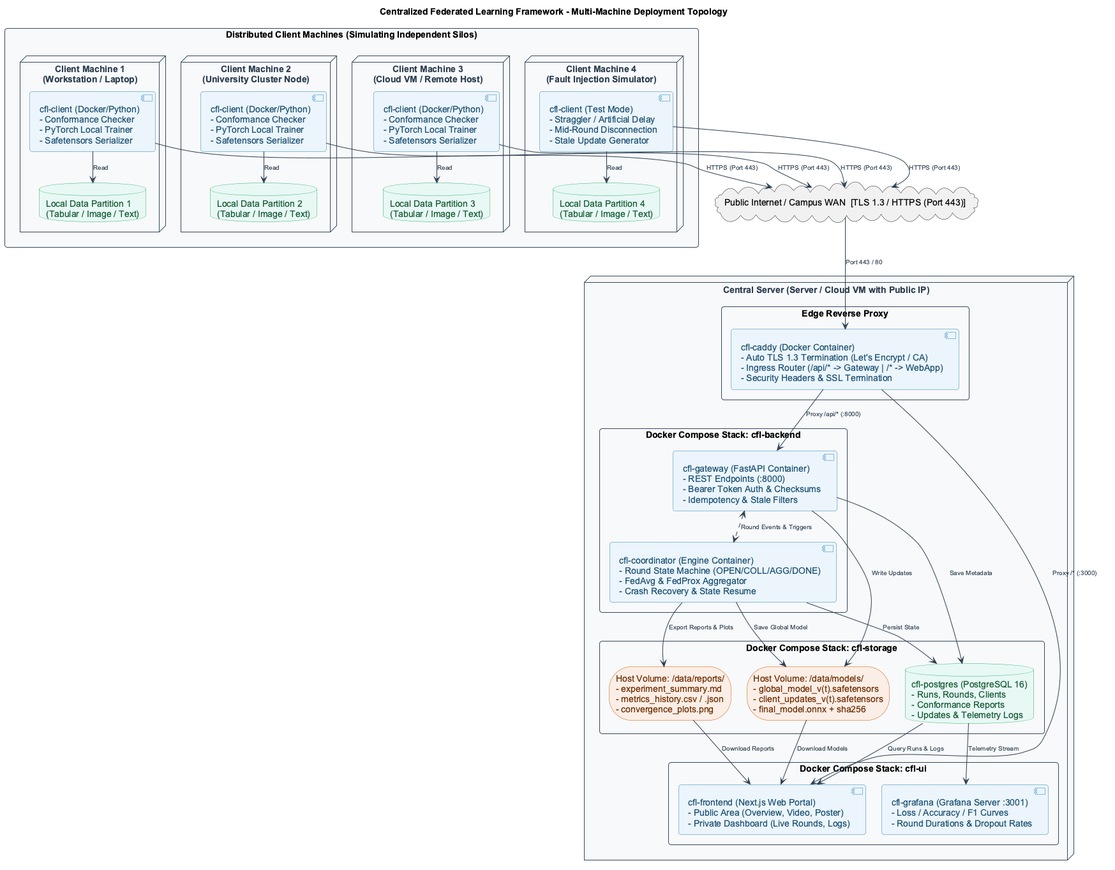
boratokerku/COMP491-Centralized-Federated-Learning-Framework keeps this PlantUML diagram as diagrams/deployment/Deployment_Diagram.png. Above is the earlier version.
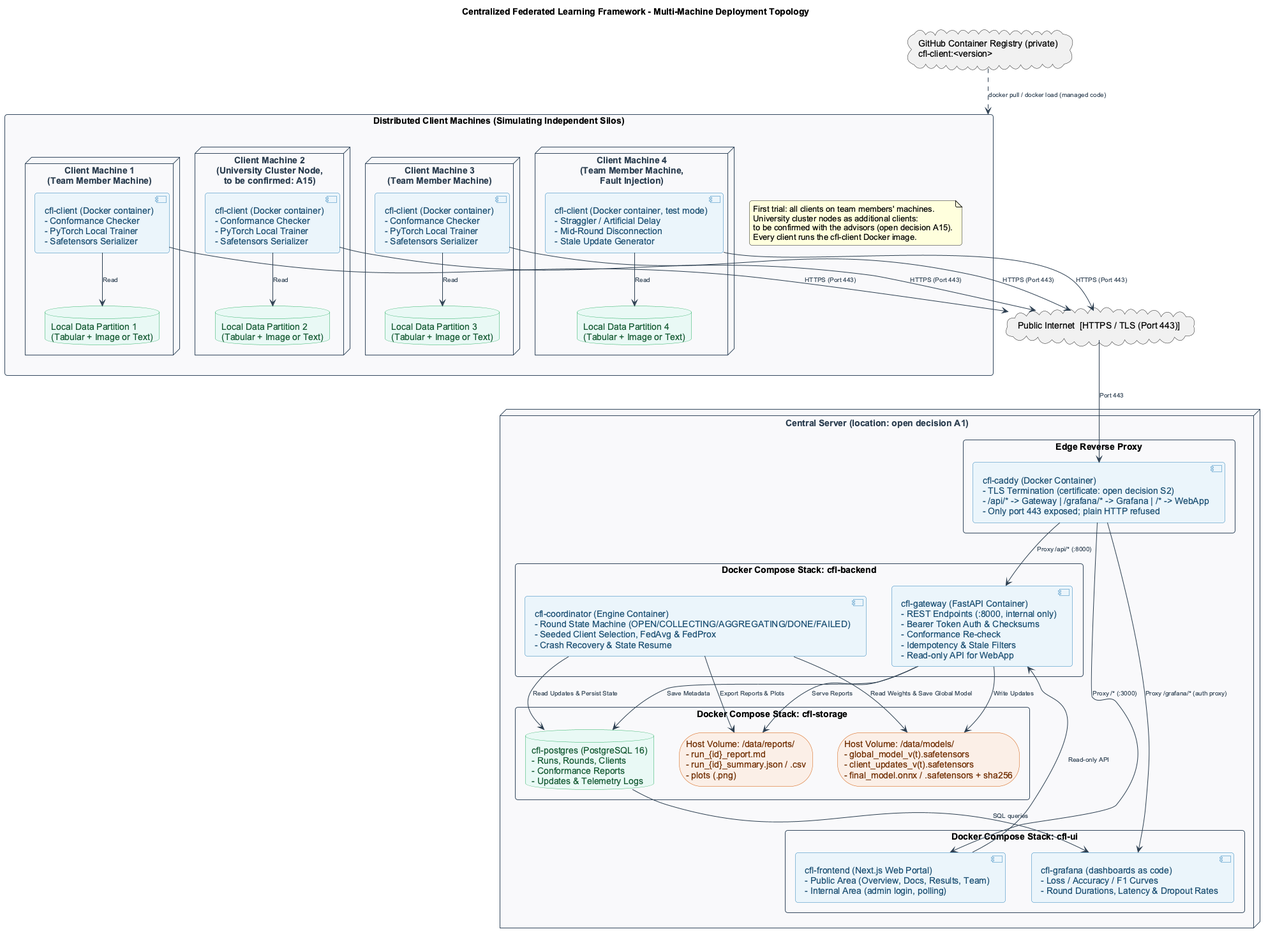
The same file after the commit.

Change to the diagram source:
```diff
@@ -5,8 +5,8 @@
 skinparam shadowing false
 skinparam packageStyle rectangle
 
-skinparam nodesep 25
-skinparam ranksep 35
+skinparam nodesep 40
+skinparam ranksep 70
 
 skinparam node {
     BorderColor #2C3E50
@@ -50,81 +50,91 @@
 
 package "Distributed Client Machines (Simulating Independent Silos)" as ClientsPkg {
 
-    node "Client Machine 1\n(Workstation / Laptop)" as Node1 {
-        [cfl-client (Docker/Python)\n- Conformance Checker\n- PyTorch Local Trainer\n- Safetensors Serializer] as Agent1
-        database "Local Data Partition 1\n(Tabular / Image / Text)" as Data1
+    note as ClientPlan
+      First trial: all clients on team members' machines.
+      University cluster nodes as additional clients:
+      to be confirmed with the advisors (open decision A15).
+      Every client runs the cfl-client Docker image.
+    end note
+
+
+    node "Client Machine 1\n(Team Member Machine)" as Node1 {
+        [cfl-client (Docker container)\n- Conformance Checker\n- PyTorch Local Trainer\n- Safetensors Serializer] as Agent1
+        database "Local Data Partition 1\n(Tabular + Image or Text)" as Data1
         Agent1 -down-> Data1 : Read
     }
 
-    node "Client Machine 2\n(University Cluster Node)" as Node2 {
-        [cfl-client (Docker/Python)\n- Conformance Checker\n- PyTorch Local Trainer\n- Safetensors Serializer] as Agent2
-        database "Local Data Partition 2\n(Tabular / Image / Text)" as Data2
+    node "Client Machine 2\n(University Cluster Node,\nto be confirmed: A15)" as Node2 {
+        [cfl-client (Docker container)\n- Conformance Checker\n- PyTorch Local Trainer\n- Safetensors Serializer] as Agent2
+        database "Local Data Partition 2\n(Tabular + Image or Text)" as Data2
         Agent2 -down-> Data2 : Read
     }
 
-    node "Client Machine 3\n(Cloud VM / Remote Host)" as Node3 {
-        [cfl-client (Docker/Python)\n- Conformance Checker\n- PyTorch Local Trainer\n- Safetensors Serializer] as Agent3
-        database "Local Data Partition 3\n(Tabular / Image / Text)" as Data3
+    node "Client Machine 3\n(Team Member Machine)" as Node3 {
+        [cfl-client (Docker container)\n- Conformance Checker\n- PyTorch Local Trainer\n- Safetensors Serializer] as Agent3
+        database "Local Data Partition 3\n(Tabular + Image or Text)" as Data3
         Agent3 -down-> Data3 : Read
     }
 
-    node "Client Machine 4\n(Fault Injection Simulator)" as Node4 {
-        [cfl-client (Test Mode)\n- Straggler / Artificial Delay\n- Mid-Round Disconnection\n- Stale Update Generator] as Agent4
-        database "Local Data Partition 4\n(Tabular / Image / Text)" as Data4
+    node "Client Machine 4\n(Team Member Machine,\nFault Injection)" as Node4 {
+        [cfl-client (Docker container, test mode)\n- Straggler / Artificial Delay\n- Mid-Round Disconnection\n- Stale Update Generator] as Agent4
+        database "Local Data Partition 4\n(Tabular + Image or Text)" as Data4
         Agent4 -down-> Data4 : Read
     }
 }
 
-cloud "Public Internet / Campus WAN  [TLS 1.3 / HTTPS (Port 443)]" as WAN
+cloud "Public Internet  [HTTPS / TLS (Port 443)]" as WAN
+
+cloud "GitHub Container Registry (private)\ncfl-client:<version>" as Registry
 
 Agent1 -down-> WAN : HTTPS (Port 443)
 Agent2 -down-> WAN : HTTPS (Port 443)
 Agent3 -down-> WAN : HTTPS (Port 443)
 Agent4 -down-> WAN : HTTPS (Port 443)
+Registry ..> ClientsPkg : docker pull / docker load (managed code)
 
-node "Central Server (Server / Cloud VM with Public IP)" as ServerHost {
+node "Central Server (location: open decision A1)" as ServerHost {
 
     package "Edge Reverse Proxy" as IngressPkg {
-        [cfl-caddy (Docker Container)\n- Auto TLS 1.3 Termination (Let's Encrypt / CA)\n- Ingress Router (/api/* -> Gateway | /* -> WebApp)\n- Security Headers & SSL Termination] as Caddy
+        [cfl-caddy (Docker Container)\n- TLS Termination (certificate: open decision S2)\n- /api/* -> Gateway | /grafana/* -> Grafana | /* -> WebApp\n- Only port 443 exposed; plain HTTP refused] as Caddy
     }
 
-    WAN -down-> Caddy : Port 443 / 80
+    WAN -down-> Caddy : Port 443
 
     package "Docker Compose Stack: cfl-backend" as BackendStack {
-        [cfl-gateway (FastAPI Container)\n- REST Endpoints (:8000)\n- Bearer Token Auth & Checksums\n- Idempotency & Stale Filters] as Gateway
+        [cfl-gateway (FastAPI Container)\n- REST Endpoints (:8000, internal only)\n- Bearer Token Auth & Checksums\n- Conformance Re-check\n- Idempotency & Stale Filters\n- Read-only API for WebApp] as Gateway
 
-        [cfl-coordinator (Engine Container)\n- Round State Machine (OPEN/COLL/AGG/DONE)\n- FedAvg & FedProx Aggregator\n- Crash Recovery & State Resume] as Coordinator
+        [cfl-coordinator (Engine Container)\n- Round State Machine (OPEN/COLLECTING/AGGREGATING/DONE/FAILED)\n- Seeded Client Selection, FedAvg & FedProx\n- Crash Recovery & State Resume] as Coordinator
 
-        Gateway <..> Coordinator : Round Events & Triggers
     }
 
     Caddy -down-> Gateway : Proxy /api/* (:8000)
 
     package "Docker Compose Stack: cfl-storage" as StorageStack {
-        storage "Host Volume: /data/models/\n- global_model_v(t).safetensors\n- client_updates_v(t).safetensors\n- final_model.onnx + sha256" as VolModels
+        storage "Host Volume: /data/models/\n- global_model_v(t).safetensors\n- client_updates_v(t).safetensors\n- final_model.onnx / .safetensors + sha256" as VolModels
 
         database "cfl-postgres (PostgreSQL 16)\n- Runs, Rounds, Clients\n- Conformance Reports\n- Updates & Telemetry Logs" as Postgres
 
-        storage "Host Volume: /data/reports/\n- experiment_summary.md\n- metrics_history.csv / .json\n- convergence_plots.png" as VolReports
+        storage "Host Volume: /data/reports/\n- run_{id}_report.md\n- run_{id}_summary.json / .csv\n- plots (.png)" as VolReports
     }
 
     Gateway -down-> VolModels : Write Updates
     Gateway -down-> Postgres : Save Metadata
-    Coordinator -down-> Postgres : Persist State
-    Coordinator -down-> VolModels : Save Global Model
+    Coordinator -down-> Postgres : Read Updates & Persist State
+    Coordinator -down-> VolModels : Read Weights & Save Global Model
     Coordinator -down-> VolReports : Export Reports & Plots
 
     package "Docker Compose Stack: cfl-ui" as UIStack {
-        [cfl-frontend (Next.js Web Portal)\n- Public Area (Overview, Video, Poster)\n- Private Dashboard (Live Rounds, Logs)] as WebApp
+        [cfl-frontend (Next.js Web Portal)\n- Public Area (Overview, Docs, Results, Team)\n- Internal Area (admin login, polling)] as WebApp
 
-        [cfl-grafana (Grafana Server :3001)\n- Loss / Accuracy / F1 Curves\n- Round Durations & Dropout Rates] as Grafana
+        [cfl-grafana (dashboards as code)\n- Loss / Accuracy / F1 Curves\n- Round Durations, Latency & Dropout Rates] as Grafana
     }
 
     Caddy -down-> WebApp : Proxy /* (:3000)
-    Postgres -down-> WebApp : Query Runs & Logs
-    Postgres -down-> Grafana : Telemetry Stream
-    VolReports -down-> WebApp : Download Reports
-    VolModels -down-> WebApp : Download Models
+    Caddy -down-> Grafana : Proxy /grafana/* (auth proxy)
+    WebApp -up-> Gateway : Read-only API
+    Gateway -down-> VolReports : Serve Reports
+    Postgres -down-> Grafana : SQL queries
 }
 
 @enduml
```
